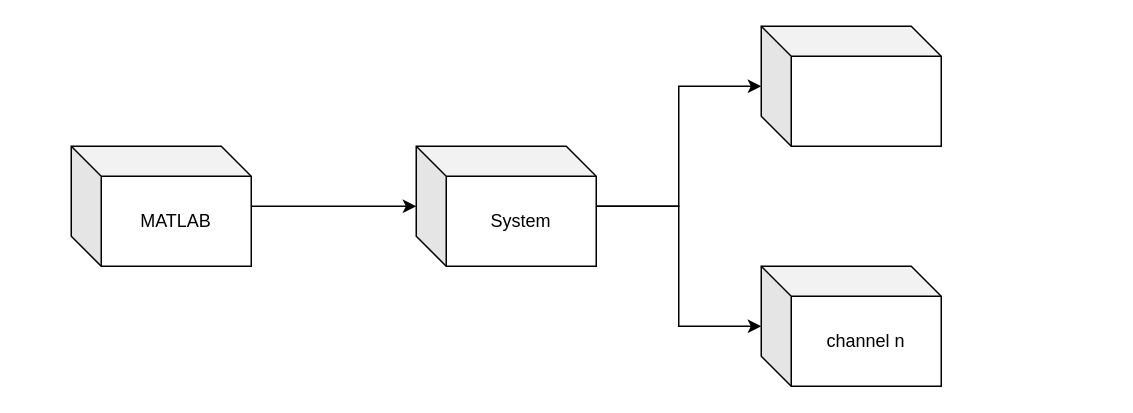
This is Untitled Diagram.drawio from btao732/ECE492, a draw.io file, before an edit. Source tidied: cells renumbered, new cells numbered last; positions are measured from the earlier drawing's top-left corner, leaving out a move shared by most shapes. Both pictures are drawn from the tidied source at 150%, with x=0, y=0 at pixel (70, 26).
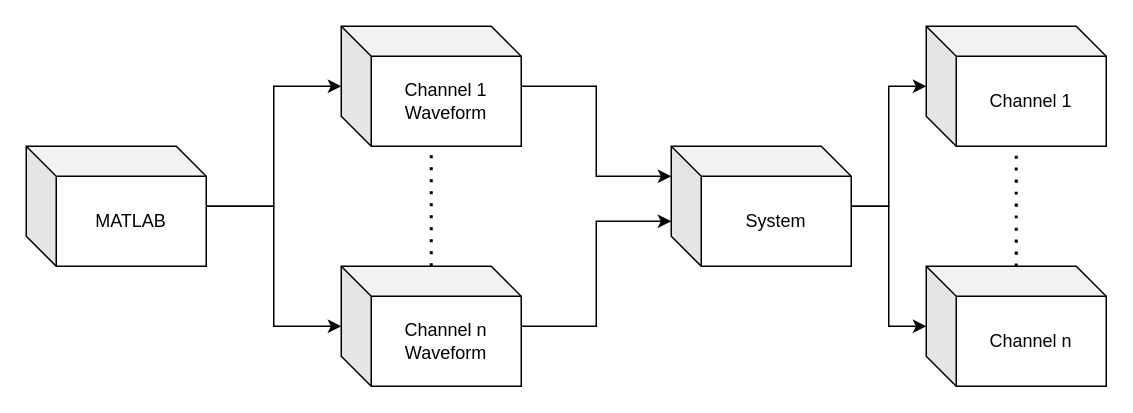
After the change.

What changed in the source:
```diff
@@
 <mxGraphModel>
   <root>
     <mxCell id="0" />
     <mxCell id="1" parent="0" />
-    <mxCell id="2" style="edgeStyle=orthogonalEdgeStyle;rounded=0;jettySize=auto;html=1;" parent="1" edge="1" source="3" target="6">
-      <mxGeometry relative="1" as="geometry" />
-    </mxCell>
+    <mxCell id="9" style="edgeStyle=orthogonalEdgeStyle;rounded=0;jettySize=auto;html=1;strokeColor=default;" parent="1" edge="1" source="3" target="13">
+      <mxGeometry relative="1" as="geometry" />
+    </mxCell>
+    <mxCell id="10" style="edgeStyle=orthogonalEdgeStyle;rounded=0;jettySize=auto;html=1;strokeColor=default;" parent="1" edge="1" source="3" target="15">
+      <mxGeometry relative="1" as="geometry" />
+    </mxCell>
     <mxCell id="3" value="MATLAB" style="shape=cube;whiteSpace=wrap;html=1;boundedLbl=1;backgroundOutline=1;darkOpacity=0.05;darkOpacity2=0.1;" parent="1" vertex="1">
-      <mxGeometry y="80" width="120" height="80" as="geometry" />
+      <mxGeometry x="-30" y="80" width="120" height="80" as="geometry" />
     </mxCell>
     <mxCell id="4" style="edgeStyle=orthogonalEdgeStyle;rounded=0;jettySize=auto;html=1;" parent="1" edge="1" source="6" target="7">
       <mxGeometry relative="1" as="geometry" />
     </mxCell>
     <mxCell id="5" style="edgeStyle=orthogonalEdgeStyle;rounded=0;jettySize=auto;html=1;" parent="1" edge="1" source="6" target="8">
       <mxGeometry relative="1" as="geometry" />
     </mxCell>
     <mxCell id="6" value="System" style="shape=cube;whiteSpace=wrap;html=1;boundedLbl=1;backgroundOutline=1;darkOpacity=0.05;darkOpacity2=0.1;" parent="1" vertex="1">
-      <mxGeometry x="230" y="80" width="120" height="80" as="geometry" />
+      <mxGeometry x="400" y="80" width="120" height="80" as="geometry" />
     </mxCell>
-    <mxCell id="7" value="channel n" style="shape=cube;whiteSpace=wrap;html=1;boundedLbl=1;backgroundOutline=1;darkOpacity=0.05;darkOpacity2=0.1;" parent="1" vertex="1">
-      <mxGeometry x="460" y="160" width="120" height="80" as="geometry" />
+    <mxCell id="7" value="Channel n" style="shape=cube;whiteSpace=wrap;html=1;boundedLbl=1;backgroundOutline=1;darkOpacity=0.05;darkOpacity2=0.1;" parent="1" vertex="1">
+      <mxGeometry x="570" y="160" width="120" height="80" as="geometry" />
     </mxCell>
-    <mxCell id="8" style="shape=cube;whiteSpace=wrap;html=1;boundedLbl=1;backgroundOutline=1;darkOpacity=0.05;darkOpacity2=0.1;" parent="1" vertex="1">
-      <mxGeometry x="460" width="120" height="80" as="geometry" />
+    <mxCell id="8" value="Channel 1" style="shape=cube;whiteSpace=wrap;html=1;boundedLbl=1;backgroundOutline=1;darkOpacity=0.05;darkOpacity2=0.1;" parent="1" vertex="1">
+      <mxGeometry x="570" width="120" height="80" as="geometry" />
     </mxCell>
+    <mxCell id="11" style="endArrow=none;dashed=1;html=1;dashPattern=1 3;strokeWidth=2;strokeColor=default;curved=1;" parent="1" edge="1" source="7" target="8">
+      <mxGeometry relative="1" as="geometry" />
+    </mxCell>
+    <mxCell id="12" style="edgeStyle=orthogonalEdgeStyle;jettySize=auto;html=1;strokeColor=default;rounded=0;" parent="1" edge="1" source="13">
+      <mxGeometry relative="1" as="geometry">
+        <mxPoint x="400" y="100" as="targetPoint" />
+        <Array as="points">
+          <mxPoint x="350" y="40" />
+          <mxPoint x="350" y="100" />
+          <mxPoint x="400" y="100" />
+        </Array>
+      </mxGeometry>
+    </mxCell>
+    <mxCell id="13" value="Channel 1 Waveform" style="shape=cube;whiteSpace=wrap;html=1;boundedLbl=1;backgroundOutline=1;darkOpacity=0.05;darkOpacity2=0.1;" parent="1" vertex="1">
+      <mxGeometry x="180" width="120" height="80" as="geometry" />
+    </mxCell>
+    <mxCell id="14" style="edgeStyle=orthogonalEdgeStyle;rounded=0;jettySize=auto;html=1;strokeColor=default;" parent="1" edge="1" source="15" target="6">
+      <mxGeometry relative="1" as="geometry">
+        <Array as="points">
+          <mxPoint x="350" y="200" />
+          <mxPoint x="350" y="130" />
+        </Array>
+      </mxGeometry>
+    </mxCell>
+    <mxCell id="15" value="Channel n Waveform" style="shape=cube;whiteSpace=wrap;html=1;boundedLbl=1;backgroundOutline=1;darkOpacity=0.05;darkOpacity2=0.1;" parent="1" vertex="1">
+      <mxGeometry x="180" y="160" width="120" height="80" as="geometry" />
+    </mxCell>
+    <mxCell id="16" style="endArrow=none;dashed=1;html=1;dashPattern=1 3;strokeWidth=2;rounded=0;strokeColor=default;" parent="1" edge="1" source="15" target="13">
+      <mxGeometry relative="1" as="geometry" />
+    </mxCell>
   </root>
 </mxGraphModel>
```
